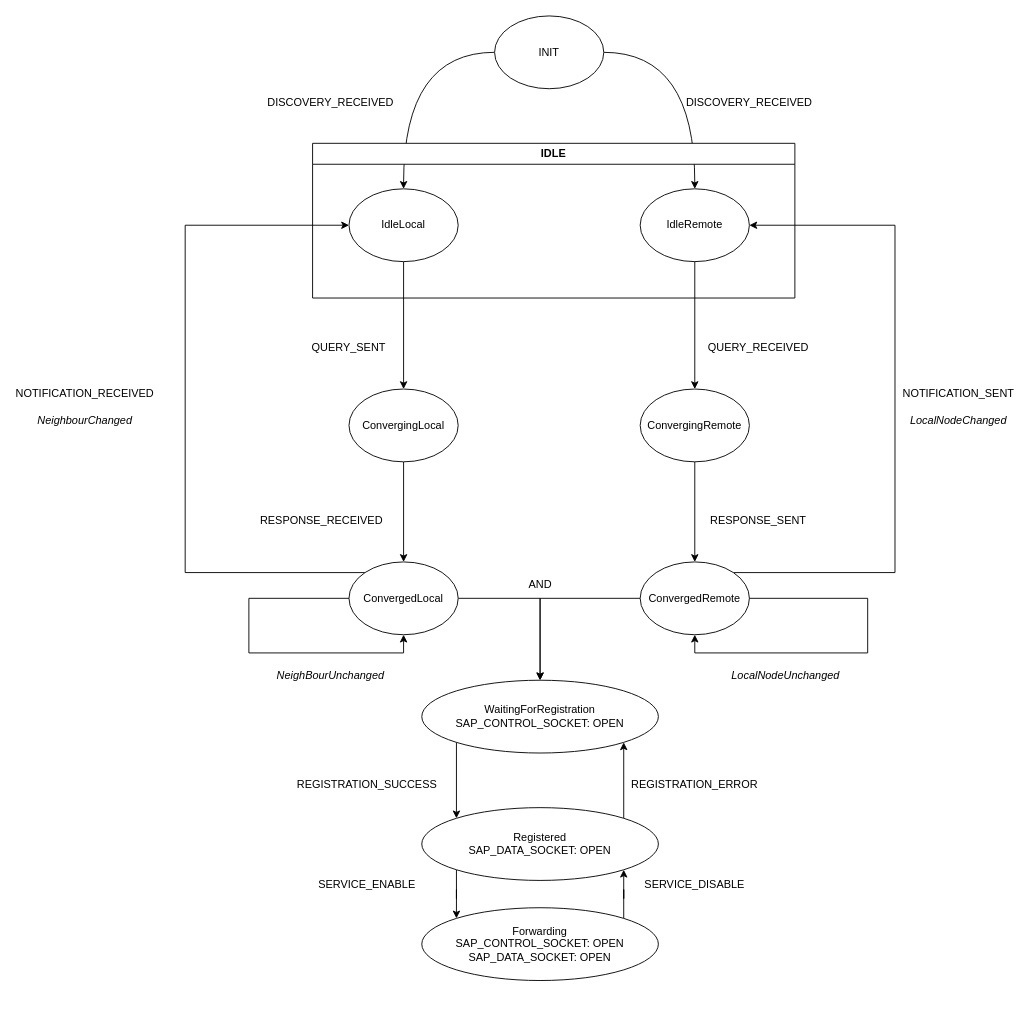
This is docs/architecture/fsm_diagram/ieee1905_fsm.drawio from rdkcentral/ieee1905-rs, a draw.io file, before an edit. Source tidied: cells renumbered, new cells numbered last; positions are measured from the earlier drawing's top-left corner, leaving out a move shared by most shapes. Both pictures are drawn from the tidied source at 91%, with x=0, y=0 at pixel (57, 15).
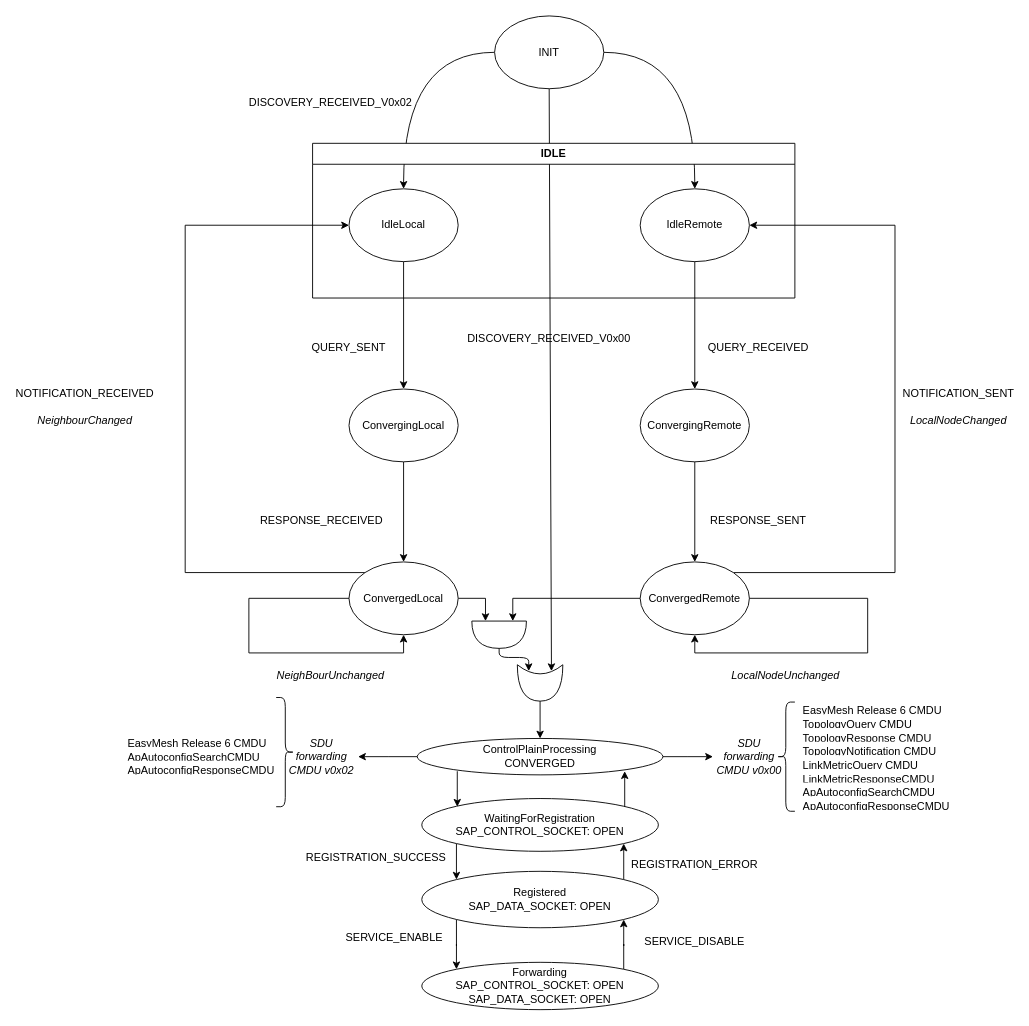
The same diagram, later.

Commit message (it also covers changes not shown here):
modification FSM diagram

Unchanged cells that the change refers to:
```xml
<mxCell id="4" value="INIT" style="ellipse;whiteSpace=wrap;html=1;" parent="1" vertex="1">
  <mxGeometry x="480" width="120" height="80" as="geometry" />
</mxCell>
<mxCell id="20" value="ConvergedLocal" style="ellipse;whiteSpace=wrap;html=1;" parent="1" vertex="1">
  <mxGeometry x="320" y="600" width="120" height="80" as="geometry" />
</mxCell>
<mxCell id="23" value="ConvergedRemote" style="ellipse;whiteSpace=wrap;html=1;" parent="1" vertex="1">
  <mxGeometry x="640" y="600" width="120" height="80" as="geometry" />
</mxCell>
```

Diff of the diagram source:
```diff
@@
+    <mxCell id="46" style="shape=or;whiteSpace=wrap;html=1;rotation=90;" parent="1" vertex="1">
+      <mxGeometry x="470" y="650" width="30" height="60" as="geometry" />
+    </mxCell>
@@
+    <mxCell id="47" style="edgeStyle=none;html=1;exitX=0.5;exitY=1;exitDx=0;exitDy=0;entryX=0.175;entryY=0.25;entryDx=0;entryDy=0;entryPerimeter=0;" parent="1" edge="1" source="4" target="48">
+      <mxGeometry relative="1" as="geometry" />
+    </mxCell>
@@
-    <mxCell id="8" value="DISCOVERY_RECEIVED" style="text;html=1;align=center;verticalAlign=middle;whiteSpace=wrap;rounded=0;" parent="1" vertex="1">
-      <mxGeometry x="730" y="80" width="60" height="30" as="geometry" />
-    </mxCell>
-    <mxCell id="9" value="DISCOVERY_RECEIVED" style="text;html=1;align=center;verticalAlign=middle;whiteSpace=wrap;rounded=0;" parent="1" vertex="1">
+    <mxCell id="9" value="DISCOVERY_RECEIVED_V0x02" style="text;html=1;align=center;verticalAlign=middle;whiteSpace=wrap;rounded=0;" parent="1" vertex="1">
       <mxGeometry x="270" y="80" width="60" height="30" as="geometry" />
     </mxCell>
@@
-    <mxCell id="19" style="edgeStyle=orthogonalEdgeStyle;rounded=0;jettySize=auto;html=1;exitX=1;exitY=0.5;exitDx=0;exitDy=0;" parent="1" edge="1" source="20" target="35">
+    <mxCell id="19" style="edgeStyle=orthogonalEdgeStyle;rounded=0;jettySize=auto;html=1;exitX=1;exitY=0.5;exitDx=0;exitDy=0;entryX=0;entryY=0.75;entryDx=0;entryDy=0;entryPerimeter=0;" parent="1" edge="1" source="20" target="46">
       <mxGeometry relative="1" as="geometry" />
     </mxCell>
@@
-    <mxCell id="22" style="edgeStyle=orthogonalEdgeStyle;rounded=0;jettySize=auto;html=1;exitX=0;exitY=0.5;exitDx=0;exitDy=0;entryX=0.5;entryY=0;entryDx=0;entryDy=0;" parent="1" edge="1" source="23" target="35">
+    <mxCell id="22" style="edgeStyle=orthogonalEdgeStyle;rounded=0;jettySize=auto;html=1;exitX=0;exitY=0.5;exitDx=0;exitDy=0;entryX=0;entryY=0.25;entryDx=0;entryDy=0;entryPerimeter=0;" parent="1" edge="1" source="23" target="46">
       <mxGeometry relative="1" as="geometry">
         <Array as="points">
-          <mxPoint x="530" y="640" />
+          <mxPoint x="500" y="640" />
         </Array>
       </mxGeometry>
     </mxCell>
@@
     <mxCell id="35" value="WaitingForRegistration&lt;div&gt;SAP_CONTROL_SOCKET: OPEN&lt;/div&gt;" style="ellipse;whiteSpace=wrap;html=1;" parent="1" vertex="1">
-      <mxGeometry x="400" y="730" width="260" height="80" as="geometry" />
+      <mxGeometry x="400" y="860" width="260" height="58" as="geometry" />
     </mxCell>
-    <mxCell id="36" value="AND" style="text;html=1;align=center;verticalAlign=middle;whiteSpace=wrap;rounded=0;" parent="1" vertex="1">
-      <mxGeometry x="487.5" y="610" width="85" height="30" as="geometry" />
-    </mxCell>
@@
     <mxCell id="39" value="Registered&lt;div&gt;SAP_DATA_SOCKET: OPEN&lt;/div&gt;" style="ellipse;whiteSpace=wrap;html=1;" parent="1" vertex="1">
-      <mxGeometry x="400" y="870" width="260" height="80" as="geometry" />
+      <mxGeometry x="400" y="940" width="260" height="62" as="geometry" />
     </mxCell>
     <mxCell id="40" value="REGISTRATION_SUCCESS" style="text;html=1;align=center;verticalAlign=middle;whiteSpace=wrap;rounded=0;" parent="1" vertex="1">
-      <mxGeometry x="310" y="830" width="60" height="30" as="geometry" />
+      <mxGeometry x="320" y="910" width="60" height="30" as="geometry" />
     </mxCell>
     <mxCell id="41" value="REGISTRATION_ERROR" style="text;html=1;align=center;verticalAlign=middle;whiteSpace=wrap;rounded=0;" parent="1" vertex="1">
-      <mxGeometry x="670" y="830" width="60" height="30" as="geometry" />
+      <mxGeometry x="670" y="918" width="60" height="30" as="geometry" />
     </mxCell>
@@
     <mxCell id="43" value="&lt;div&gt;Forwarding&lt;/div&gt;&lt;div&gt;SAP_CONTROL_SOCKET: OPEN&lt;/div&gt;&lt;div&gt;SAP_DATA_SOCKET: OPEN&lt;/div&gt;" style="ellipse;whiteSpace=wrap;html=1;" parent="1" vertex="1">
-      <mxGeometry x="400" y="980" width="260" height="80" as="geometry" />
+      <mxGeometry x="400" y="1040" width="260" height="52" as="geometry" />
     </mxCell>
     <mxCell id="44" value="SERVICE_ENABLE" style="text;html=1;align=center;verticalAlign=middle;whiteSpace=wrap;rounded=0;" parent="1" vertex="1">
-      <mxGeometry x="310" y="940" width="60" height="30" as="geometry" />
+      <mxGeometry x="340" y="998" width="60" height="30" as="geometry" />
     </mxCell>
     <mxCell id="45" value="SERVICE_DISABLE" style="text;html=1;align=center;verticalAlign=middle;whiteSpace=wrap;rounded=0;" parent="1" vertex="1">
-      <mxGeometry x="670" y="940" width="60" height="30" as="geometry" />
+      <mxGeometry x="670" y="1002" width="60" height="30" as="geometry" />
     </mxCell>
+    <mxCell id="48" style="shape=xor;whiteSpace=wrap;html=1;rotation=90;" parent="1" vertex="1">
+      <mxGeometry x="510" y="708" width="40" height="50" as="geometry" />
+    </mxCell>
+    <mxCell id="49" style="edgeStyle=orthogonalEdgeStyle;html=1;exitX=1;exitY=0.5;exitDx=0;exitDy=0;exitPerimeter=0;entryX=0.175;entryY=0.75;entryDx=0;entryDy=0;entryPerimeter=0;" parent="1" edge="1" source="46" target="48">
+      <mxGeometry relative="1" as="geometry" />
+    </mxCell>
+    <mxCell id="50" value="DISCOVERY_RECEIVED_V0x00" style="text;html=1;align=center;verticalAlign=middle;whiteSpace=wrap;rounded=0;" parent="1" vertex="1">
+      <mxGeometry x="510" y="340" width="60" height="30" as="geometry" />
+    </mxCell>
+    <mxCell id="51" style="edgeStyle=none;html=1;exitX=1;exitY=0.5;exitDx=0;exitDy=0;exitPerimeter=0;entryX=0.5;entryY=0;entryDx=0;entryDy=0;" parent="1" edge="1" source="48" target="53">
+      <mxGeometry relative="1" as="geometry" />
+    </mxCell>
+    <mxCell id="52" style="edgeStyle=orthogonalEdgeStyle;rounded=0;jettySize=auto;html=1;exitX=1;exitY=0.5;exitDx=0;exitDy=0;" parent="1" edge="1" source="53">
+      <mxGeometry relative="1" as="geometry">
+        <mxPoint x="720" y="814" as="targetPoint" />
+      </mxGeometry>
+    </mxCell>
+    <mxCell id="53" value="ControlPlainProcessing&lt;div&gt;CONVERGED&lt;/div&gt;" style="ellipse;whiteSpace=wrap;html=1;" parent="1" vertex="1">
+      <mxGeometry x="395" y="794" width="270" height="40" as="geometry" />
+    </mxCell>
+    <mxCell id="54" style="edgeStyle=orthogonalEdgeStyle;rounded=0;orthogonalLoop=1;jettySize=auto;html=1;exitX=0;exitY=1;exitDx=0;exitDy=0;entryX=0;entryY=0;entryDx=0;entryDy=0;" parent="1" edge="1">
+      <mxGeometry relative="1" as="geometry">
+        <mxPoint x="439" y="830" as="sourcePoint" />
+        <mxPoint x="439" y="869" as="targetPoint" />
+      </mxGeometry>
+    </mxCell>
+    <mxCell id="55" style="edgeStyle=orthogonalEdgeStyle;rounded=0;orthogonalLoop=1;jettySize=auto;html=1;exitX=1;exitY=0;exitDx=0;exitDy=0;entryX=1;entryY=1;entryDx=0;entryDy=0;" parent="1" edge="1">
+      <mxGeometry relative="1" as="geometry">
+        <mxPoint x="623" y="869" as="sourcePoint" />
+        <mxPoint x="623" y="830" as="targetPoint" />
+      </mxGeometry>
+    </mxCell>
+    <mxCell id="56" style="shape=curlyBracket;whiteSpace=wrap;html=1;rounded=1;labelPosition=left;verticalLabelPosition=middle;align=right;verticalAlign=middle;" parent="1" vertex="1">
+      <mxGeometry x="790" y="754" width="20" height="120" as="geometry" />
+    </mxCell>
+    <mxCell id="57" style="shape=table;startSize=0;childLayout=tableLayout;fontSize=11;fillColor=none;strokeColor=none;" parent="1" vertex="1">
+      <mxGeometry x="812" y="754" width="190" height="120" as="geometry" />
+    </mxCell>
+    <mxCell id="58" style="shape=tableRow;horizontal=0;startSize=0;swimlaneHead=0;swimlaneBody=0;strokeColor=inherit;top=0;left=0;bottom=0;right=0;fillColor=none;fontSize=16;" parent="57" vertex="1">
+      <mxGeometry width="190" height="15" as="geometry" />
+    </mxCell>
+    <mxCell id="59" value="EasyMesh Release 6 CMDU" style="shape=partialRectangle;html=1;whiteSpace=wrap;strokeColor=inherit;overflow=hidden;fillColor=none;top=0;left=0;bottom=0;right=0;fontSize=12;align=left;spacingLeft=5;" parent="58" vertex="1">
+      <mxGeometry width="190" height="15" as="geometry" />
+    </mxCell>
+    <mxCell id="60" style="shape=tableRow;horizontal=0;startSize=0;swimlaneHead=0;swimlaneBody=0;strokeColor=inherit;top=0;left=0;bottom=0;right=0;fillColor=none;fontSize=16;" parent="57" vertex="1">
+      <mxGeometry y="15" width="190" height="15" as="geometry" />
+    </mxCell>
+    <mxCell id="61" value="TopologyQuery CMDU" style="shape=partialRectangle;html=1;whiteSpace=wrap;strokeColor=inherit;overflow=hidden;fillColor=none;top=0;left=0;bottom=0;right=0;fontSize=12;align=left;spacingLeft=5;" parent="60" vertex="1">
+      <mxGeometry width="190" height="15" as="geometry" />
+    </mxCell>
+    <mxCell id="62" style="shape=tableRow;horizontal=0;startSize=0;swimlaneHead=0;swimlaneBody=0;strokeColor=inherit;top=0;left=0;bottom=0;right=0;fillColor=none;fontSize=16;" parent="57" vertex="1">
+      <mxGeometry y="30" width="190" height="15" as="geometry" />
+    </mxCell>
+    <mxCell id="63" value="TopologyResponse CMDU" style="shape=partialRectangle;html=1;whiteSpace=wrap;strokeColor=inherit;overflow=hidden;fillColor=none;top=0;left=0;bottom=0;right=0;fontSize=12;align=left;spacingLeft=5;" parent="62" vertex="1">
+      <mxGeometry width="190" height="15" as="geometry" />
+    </mxCell>
+    <mxCell id="64" style="shape=tableRow;horizontal=0;startSize=0;swimlaneHead=0;swimlaneBody=0;strokeColor=inherit;top=0;left=0;bottom=0;right=0;fillColor=none;fontSize=16;" parent="57" vertex="1">
+      <mxGeometry y="45" width="190" height="15" as="geometry" />
+    </mxCell>
+    <mxCell id="65" value="TopologyNotification CMDU" style="shape=partialRectangle;html=1;whiteSpace=wrap;strokeColor=inherit;overflow=hidden;fillColor=none;top=0;left=0;bottom=0;right=0;fontSize=12;align=left;spacingLeft=5;" parent="64" vertex="1">
+      <mxGeometry width="190" height="15" as="geometry" />
+    </mxCell>
+    <mxCell id="66" style="shape=tableRow;horizontal=0;startSize=0;swimlaneHead=0;swimlaneBody=0;strokeColor=inherit;top=0;left=0;bottom=0;right=0;fillColor=none;fontSize=16;" parent="57" vertex="1">
+      <mxGeometry y="60" width="190" height="15" as="geometry" />
+    </mxCell>
+    <mxCell id="67" value="LinkMetricQuery CMDU" style="shape=partialRectangle;html=1;whiteSpace=wrap;strokeColor=inherit;overflow=hidden;fillColor=none;top=0;left=0;bottom=0;right=0;fontSize=12;align=left;spacingLeft=5;" parent="66" vertex="1">
+      <mxGeometry width="190" height="15" as="geometry" />
+    </mxCell>
+    <mxCell id="68" style="shape=tableRow;horizontal=0;startSize=0;swimlaneHead=0;swimlaneBody=0;strokeColor=inherit;top=0;left=0;bottom=0;right=0;fillColor=none;fontSize=16;" parent="57" vertex="1">
+      <mxGeometry y="75" width="190" height="15" as="geometry" />
+    </mxCell>
+    <mxCell id="69" value="LinkMetricResponseCMDU" style="shape=partialRectangle;html=1;whiteSpace=wrap;strokeColor=inherit;overflow=hidden;fillColor=none;top=0;left=0;bottom=0;right=0;fontSize=12;align=left;spacingLeft=5;" parent="68" vertex="1">
+      <mxGeometry width="190" height="15" as="geometry" />
+    </mxCell>
+    <mxCell id="70" style="shape=tableRow;horizontal=0;startSize=0;swimlaneHead=0;swimlaneBody=0;strokeColor=inherit;top=0;left=0;bottom=0;right=0;fillColor=none;fontSize=16;" parent="57" vertex="1">
+      <mxGeometry y="90" width="190" height="15" as="geometry" />
+    </mxCell>
+    <mxCell id="71" value="ApAutoconfigSearchCMDU" style="shape=partialRectangle;html=1;whiteSpace=wrap;strokeColor=inherit;overflow=hidden;fillColor=none;top=0;left=0;bottom=0;right=0;fontSize=12;align=left;spacingLeft=5;" parent="70" vertex="1">
+      <mxGeometry width="190" height="15" as="geometry" />
+    </mxCell>
+    <mxCell id="72" style="shape=tableRow;horizontal=0;startSize=0;swimlaneHead=0;swimlaneBody=0;strokeColor=inherit;top=0;left=0;bottom=0;right=0;fillColor=none;fontSize=16;" parent="57" vertex="1">
+      <mxGeometry y="105" width="190" height="15" as="geometry" />
+    </mxCell>
+    <mxCell id="73" value="ApAutoconfigResponseCMDU" style="shape=partialRectangle;html=1;whiteSpace=wrap;strokeColor=inherit;overflow=hidden;fillColor=none;top=0;left=0;bottom=0;right=0;fontSize=12;align=left;spacingLeft=5;" parent="72" vertex="1">
+      <mxGeometry width="190" height="15" as="geometry" />
+    </mxCell>
+    <mxCell id="74" value="&lt;i&gt;SDU forwarding CMDU v0x02&lt;/i&gt;" style="text;html=1;align=center;verticalAlign=middle;whiteSpace=wrap;rounded=0;" parent="1" vertex="1">
+      <mxGeometry x="250" y="799" width="80" height="30" as="geometry" />
+    </mxCell>
+    <mxCell id="75" style="edgeStyle=orthogonalEdgeStyle;rounded=0;jettySize=auto;html=1;exitX=0;exitY=0.5;exitDx=0;exitDy=0;" parent="1" edge="1" source="53">
+      <mxGeometry relative="1" as="geometry">
+        <mxPoint x="330" y="814" as="targetPoint" />
+      </mxGeometry>
+    </mxCell>
+    <mxCell id="76" style="shape=curlyBracket;whiteSpace=wrap;html=1;rounded=1;flipH=1;labelPosition=right;verticalLabelPosition=middle;align=left;verticalAlign=middle;" parent="1" vertex="1">
+      <mxGeometry x="240" y="749" width="20" height="120" as="geometry" />
+    </mxCell>
+    <mxCell id="77" value="&lt;i&gt;SDU forwarding CMDU v0x00&lt;/i&gt;" style="text;html=1;align=center;verticalAlign=middle;whiteSpace=wrap;rounded=0;" parent="1" vertex="1">
+      <mxGeometry x="720" y="799" width="80" height="30" as="geometry" />
+    </mxCell>
+    <mxCell id="78" style="shape=table;startSize=0;childLayout=tableLayout;fontSize=11;fillColor=none;strokeColor=none;" parent="1" vertex="1">
+      <mxGeometry x="70" y="790" width="190" height="120" as="geometry" />
+    </mxCell>
+    <mxCell id="79" style="shape=tableRow;horizontal=0;startSize=0;swimlaneHead=0;swimlaneBody=0;strokeColor=inherit;top=0;left=0;bottom=0;right=0;fillColor=none;fontSize=16;" parent="78" vertex="1">
+      <mxGeometry width="190" height="15" as="geometry" />
+    </mxCell>
+    <mxCell id="80" value="EasyMesh Release 6 CMDU" style="shape=partialRectangle;html=1;whiteSpace=wrap;strokeColor=inherit;overflow=hidden;fillColor=none;top=0;left=0;bottom=0;right=0;fontSize=12;align=left;spacingLeft=5;" parent="79" vertex="1">
+      <mxGeometry width="190" height="15" as="geometry" />
+    </mxCell>
+    <mxCell id="81" style="shape=tableRow;horizontal=0;startSize=0;swimlaneHead=0;swimlaneBody=0;strokeColor=inherit;top=0;left=0;bottom=0;right=0;fillColor=none;fontSize=16;" parent="78" vertex="1">
+      <mxGeometry y="15" width="190" height="15" as="geometry" />
+    </mxCell>
+    <mxCell id="82" value="ApAutoconfigSearchCMDU" style="shape=partialRectangle;html=1;whiteSpace=wrap;strokeColor=inherit;overflow=hidden;fillColor=none;top=0;left=0;bottom=0;right=0;fontSize=12;align=left;spacingLeft=5;" parent="81" vertex="1">
+      <mxGeometry width="190" height="15" as="geometry" />
+    </mxCell>
+    <mxCell id="83" style="shape=tableRow;horizontal=0;startSize=0;swimlaneHead=0;swimlaneBody=0;strokeColor=inherit;top=0;left=0;bottom=0;right=0;fillColor=none;fontSize=16;" parent="78" vertex="1">
+      <mxGeometry y="30" width="190" height="15" as="geometry" />
+    </mxCell>
+    <mxCell id="84" value="ApAutoconfigResponseCMDU" style="shape=partialRectangle;html=1;whiteSpace=wrap;strokeColor=inherit;overflow=hidden;fillColor=none;top=0;left=0;bottom=0;right=0;fontSize=12;align=left;spacingLeft=5;" parent="83" vertex="1">
+      <mxGeometry width="190" height="15" as="geometry" />
+    </mxCell>
+    <mxCell id="85" style="shape=tableRow;horizontal=0;startSize=0;swimlaneHead=0;swimlaneBody=0;strokeColor=inherit;top=0;left=0;bottom=0;right=0;fillColor=none;fontSize=16;" parent="78" vertex="1">
+      <mxGeometry y="45" width="190" height="15" as="geometry" />
+    </mxCell>
+    <mxCell id="86" style="shape=partialRectangle;html=1;whiteSpace=wrap;strokeColor=inherit;overflow=hidden;fillColor=none;top=0;left=0;bottom=0;right=0;fontSize=12;align=left;spacingLeft=5;" parent="85" vertex="1">
+      <mxGeometry width="190" height="15" as="geometry" />
+    </mxCell>
+    <mxCell id="87" style="shape=tableRow;horizontal=0;startSize=0;swimlaneHead=0;swimlaneBody=0;strokeColor=inherit;top=0;left=0;bottom=0;right=0;fillColor=none;fontSize=16;" parent="78" vertex="1">
+      <mxGeometry y="60" width="190" height="15" as="geometry" />
+    </mxCell>
+    <mxCell id="88" style="shape=partialRectangle;html=1;whiteSpace=wrap;strokeColor=inherit;overflow=hidden;fillColor=none;top=0;left=0;bottom=0;right=0;fontSize=12;align=left;spacingLeft=5;" parent="87" vertex="1">
+      <mxGeometry width="190" height="15" as="geometry" />
+    </mxCell>
+    <mxCell id="89" style="shape=tableRow;horizontal=0;startSize=0;swimlaneHead=0;swimlaneBody=0;strokeColor=inherit;top=0;left=0;bottom=0;right=0;fillColor=none;fontSize=16;" parent="78" vertex="1">
+      <mxGeometry y="75" width="190" height="15" as="geometry" />
+    </mxCell>
+    <mxCell id="90" style="shape=partialRectangle;html=1;whiteSpace=wrap;strokeColor=inherit;overflow=hidden;fillColor=none;top=0;left=0;bottom=0;right=0;fontSize=12;align=left;spacingLeft=5;" parent="89" vertex="1">
+      <mxGeometry width="190" height="15" as="geometry" />
+    </mxCell>
+    <mxCell id="91" style="shape=tableRow;horizontal=0;startSize=0;swimlaneHead=0;swimlaneBody=0;strokeColor=inherit;top=0;left=0;bottom=0;right=0;fillColor=none;fontSize=16;" parent="78" vertex="1">
+      <mxGeometry y="90" width="190" height="15" as="geometry" />
+    </mxCell>
+    <mxCell id="92" style="shape=partialRectangle;html=1;whiteSpace=wrap;strokeColor=inherit;overflow=hidden;fillColor=none;top=0;left=0;bottom=0;right=0;fontSize=12;align=left;spacingLeft=5;" parent="91" vertex="1">
+      <mxGeometry width="190" height="15" as="geometry" />
+    </mxCell>
+    <mxCell id="93" style="shape=tableRow;horizontal=0;startSize=0;swimlaneHead=0;swimlaneBody=0;strokeColor=inherit;top=0;left=0;bottom=0;right=0;fillColor=none;fontSize=16;" parent="78" vertex="1">
+      <mxGeometry y="105" width="190" height="15" as="geometry" />
+    </mxCell>
+    <mxCell id="94" style="shape=partialRectangle;html=1;whiteSpace=wrap;strokeColor=inherit;overflow=hidden;fillColor=none;top=0;left=0;bottom=0;right=0;fontSize=12;align=left;spacingLeft=5;" parent="93" vertex="1">
+      <mxGeometry width="190" height="15" as="geometry" />
+    </mxCell>
```
